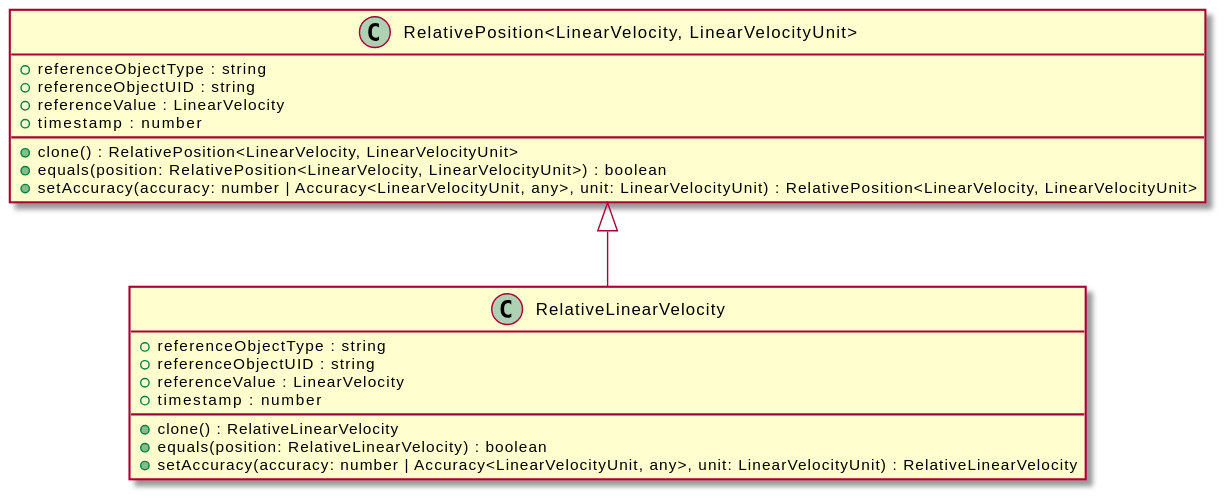
This is assets/RelativeLinearVelocity-umlClassDiagram-3814.svg from OpenHPS/openhps-core, a PlantUML export, as it was before one commit. Source of this version:
```plantuml
@startuml
skinparam BackgroundColor transparent
hide empty methods
hide empty fields
class "RelativeLinearVelocity" {
    +referenceObjectType : string
    +referenceObjectUID : string
    +referenceValue : LinearVelocity
    +timestamp : number
    +clone() : RelativeLinearVelocity
    +equals(position: RelativeLinearVelocity) : boolean
    +setAccuracy(accuracy: number | Accuracy<LinearVelocityUnit, any>, unit: LinearVelocityUnit) : RelativeLinearVelocity
}
class "RelativePosition<LinearVelocity, LinearVelocityUnit>" {
    +referenceObjectType : string
    +referenceObjectUID : string
    +referenceValue : LinearVelocity
    +timestamp : number
    +clone() : RelativePosition<LinearVelocity, LinearVelocityUnit>
    +equals(position: RelativePosition<LinearVelocity, LinearVelocityUnit>) : boolean
    +setAccuracy(accuracy: number | Accuracy<LinearVelocityUnit, any>, unit: LinearVelocityUnit) : RelativePosition<LinearVelocity, LinearVelocityUnit>
}
"RelativePosition<LinearVelocity, LinearVelocityUnit>" <|-- "RelativeLinearVelocity"
@enduml
```
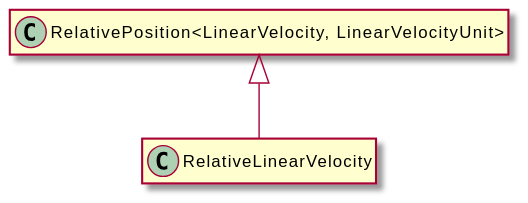
The same file after the commit.

The edit, as a diff of the source:
```diff
@@ -3,22 +3,8 @@
 hide empty methods
 hide empty fields
 class "RelativeLinearVelocity" {
-    +referenceObjectType : string
-    +referenceObjectUID : string
-    +referenceValue : LinearVelocity
-    +timestamp : number
-    +clone() : RelativeLinearVelocity
-    +equals(position: RelativeLinearVelocity) : boolean
-    +setAccuracy(accuracy: number | Accuracy<LinearVelocityUnit, any>, unit: LinearVelocityUnit) : RelativeLinearVelocity
 }
 class "RelativePosition<LinearVelocity, LinearVelocityUnit>" {
-    +referenceObjectType : string
-    +referenceObjectUID : string
-    +referenceValue : LinearVelocity
-    +timestamp : number
-    +clone() : RelativePosition<LinearVelocity, LinearVelocityUnit>
-    +equals(position: RelativePosition<LinearVelocity, LinearVelocityUnit>) : boolean
-    +setAccuracy(accuracy: number | Accuracy<LinearVelocityUnit, any>, unit: LinearVelocityUnit) : RelativePosition<LinearVelocity, LinearVelocityUnit>
 }
 "RelativePosition<LinearVelocity, LinearVelocityUnit>" <|-- "RelativeLinearVelocity"
 @enduml
```
